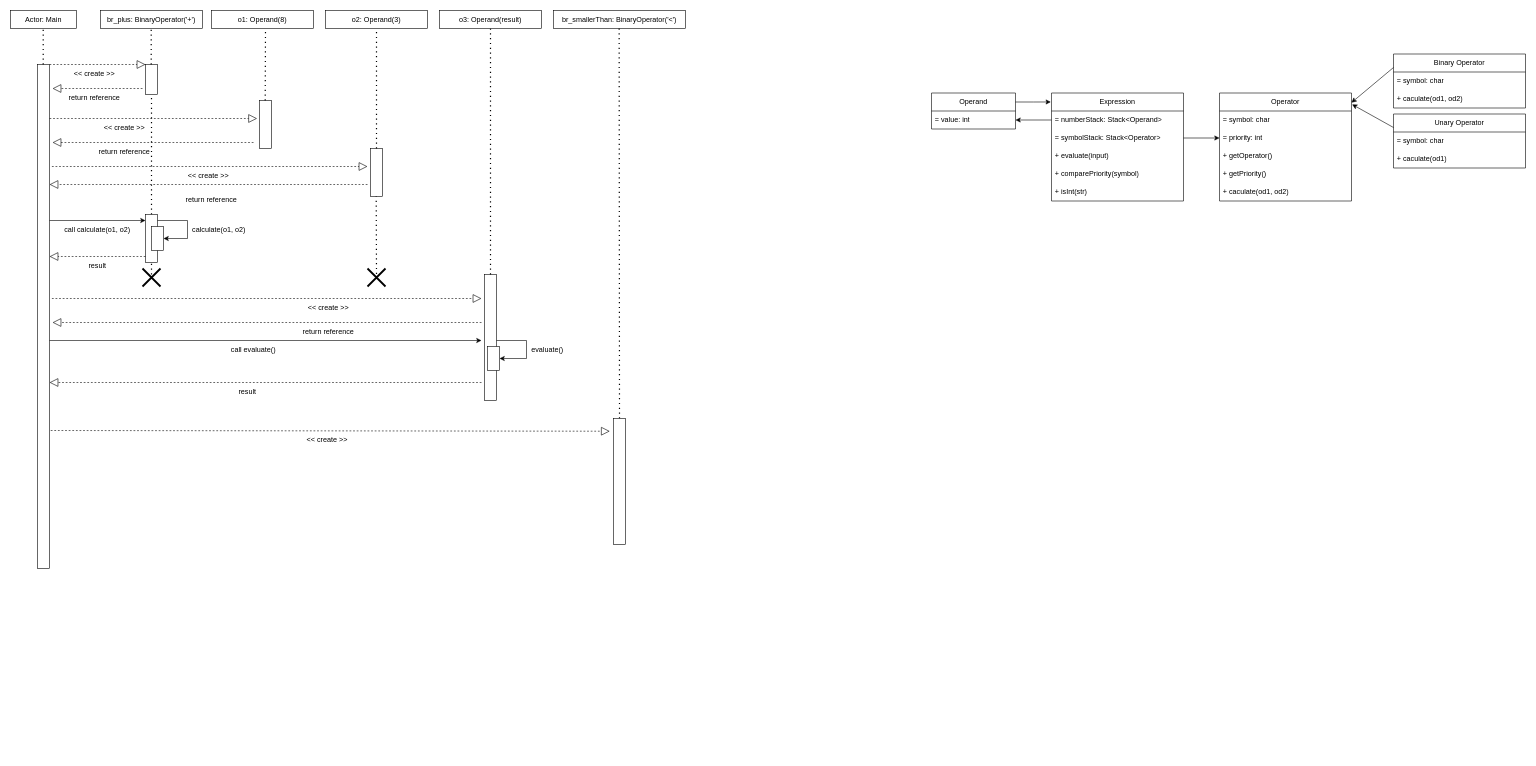
Earlier version of the draw.io diagram Lab2/Lab2SequenceDiagram.drawio (matty-gg/CSE2102-SP24-Lab1-Group19). Source tidied: cells renumbered, new cells numbered last; positions are measured from the earlier drawing's top-left corner, leaving out a move shared by most shapes. Both pictures are drawn from the tidied source at 60%, with x=0, y=0 at pixel (10, 10).
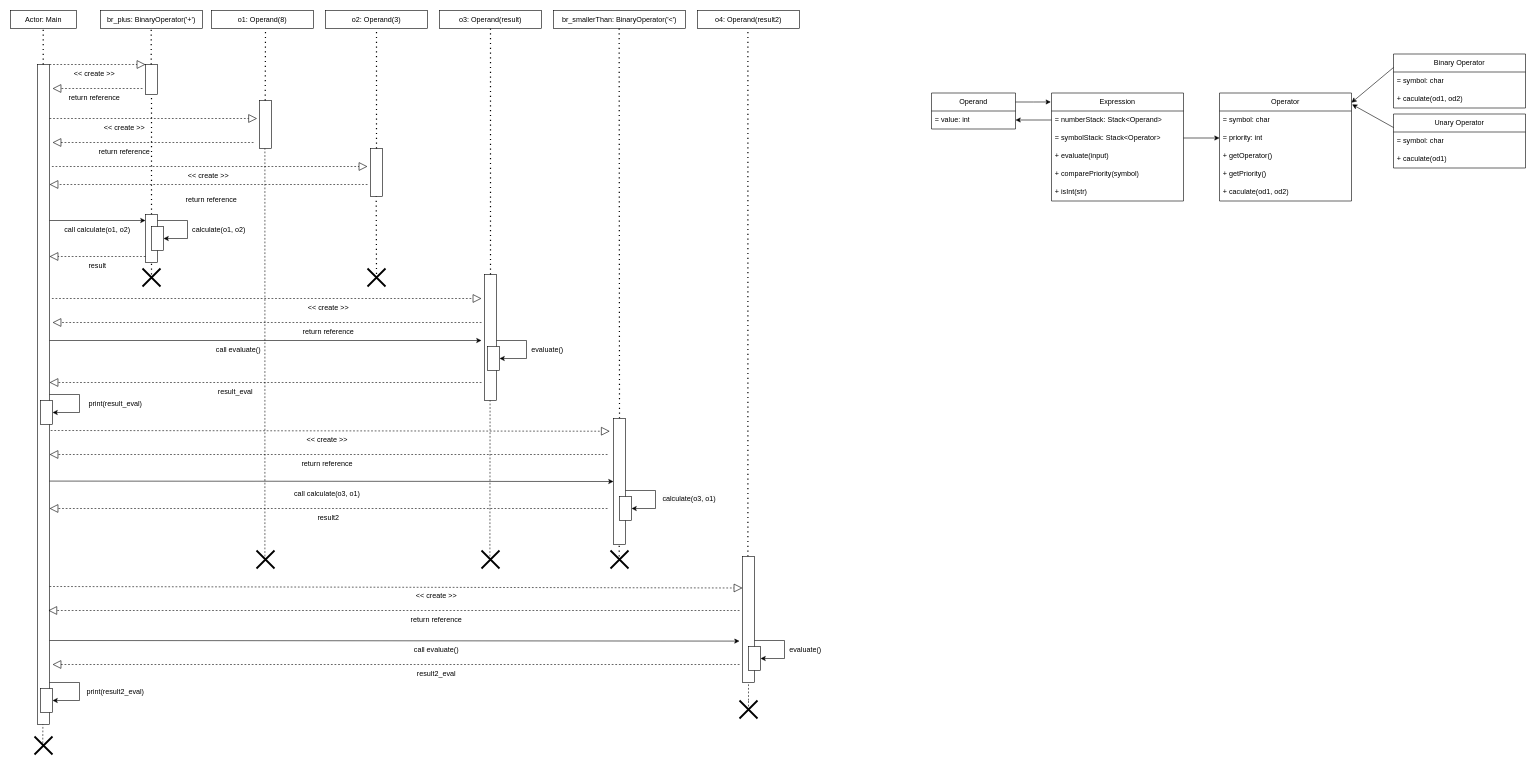
After the change.

Unchanged cells that the change refers to:
```xml
<mxCell id="74" style="rounded=0;whiteSpace=wrap;html=1;" parent="1" vertex="1">
  <mxGeometry x="1005" y="680" width="20" height="210" as="geometry" />
</mxCell>
```

Diff of the diagram source:
```diff
@@
     <mxCell id="2" style="rounded=0;whiteSpace=wrap;html=1;" parent="1" vertex="1">
-      <mxGeometry x="45" y="90" width="20" height="840" as="geometry" />
+      <mxGeometry x="45" y="90" width="20" height="1100" as="geometry" />
     </mxCell>
@@
     <mxCell id="34" value="call evaluate()" style="text;html=1;align=center;verticalAlign=middle;whiteSpace=wrap;rounded=0;" parent="1" vertex="1">
-      <mxGeometry x="365" y="550" width="80" height="30" as="geometry" />
+      <mxGeometry x="340" y="550" width="80" height="30" as="geometry" />
     </mxCell>
@@
-    <mxCell id="36" value="result" style="text;html=1;align=center;verticalAlign=middle;whiteSpace=wrap;rounded=0;" parent="1" vertex="1">
-      <mxGeometry x="365" y="620" width="60" height="30" as="geometry" />
+    <mxCell id="36" value="result_eval" style="text;html=1;align=center;verticalAlign=middle;whiteSpace=wrap;rounded=0;" parent="1" vertex="1">
+      <mxGeometry x="345" y="620" width="60" height="30" as="geometry" />
     </mxCell>
@@
+    <mxCell id="83" style="endArrow=block;dashed=1;endFill=0;endSize=12;html=1;rounded=0;" parent="1" edge="1">
+      <mxGeometry relative="1" as="geometry">
+        <mxPoint x="995" y="740" as="sourcePoint" />
+        <mxPoint x="65" y="740" as="targetPoint" />
+      </mxGeometry>
+    </mxCell>
+    <mxCell id="84" value="return reference" style="text;html=1;strokeColor=none;fillColor=none;align=center;verticalAlign=middle;whiteSpace=wrap;rounded=0;" parent="1" vertex="1">
+      <mxGeometry x="483" y="740" width="90" height="30" as="geometry" />
+    </mxCell>
+    <mxCell id="85" value="call calculate(o3, o1)" style="text;html=1;align=center;verticalAlign=middle;whiteSpace=wrap;rounded=0;" parent="1" vertex="1">
+      <mxGeometry x="468" y="790" width="120" height="30" as="geometry" />
+    </mxCell>
+    <mxCell id="86" style="rounded=0;whiteSpace=wrap;html=1;" parent="1" vertex="1">
+      <mxGeometry x="1015" y="810" width="20" height="40" as="geometry" />
+    </mxCell>
+    <mxCell id="87" style="endArrow=classic;html=1;rounded=0;entryX=1;entryY=0.5;entryDx=0;entryDy=0;" parent="1" edge="1">
+      <mxGeometry relative="1" as="geometry">
+        <mxPoint x="1025" y="800" as="sourcePoint" />
+        <mxPoint x="1035" y="830" as="targetPoint" />
+        <Array as="points">
+          <mxPoint x="1075" y="800" />
+          <mxPoint x="1075" y="830" />
+        </Array>
+      </mxGeometry>
+    </mxCell>
+    <mxCell id="88" value="&lt;span style=&quot;color: rgb(0, 0, 0); font-family: Helvetica; font-size: 12px; font-style: normal; font-variant-ligatures: normal; font-variant-caps: normal; font-weight: 400; letter-spacing: normal; orphans: 2; text-align: center; text-indent: 0px; text-transform: none; widows: 2; word-spacing: 0px; -webkit-text-stroke-width: 0px; white-space: normal; background-color: rgb(251, 251, 251); text-decoration-thickness: initial; text-decoration-style: initial; text-decoration-color: initial; display: inline !important; float: none;&quot;&gt;calculate(o3, o1)&lt;/span&gt;" style="text;whiteSpace=wrap;html=1;" parent="1" vertex="1">
+      <mxGeometry x="1085" y="800" width="120" height="40" as="geometry" />
+    </mxCell>
+    <mxCell id="89" style="endArrow=block;dashed=1;endFill=0;endSize=12;html=1;rounded=0;" parent="1" edge="1">
+      <mxGeometry relative="1" as="geometry">
+        <mxPoint x="995" y="830" as="sourcePoint" />
+        <mxPoint x="65" y="830" as="targetPoint" />
+      </mxGeometry>
+    </mxCell>
+    <mxCell id="90" value="result2" style="text;html=1;align=center;verticalAlign=middle;whiteSpace=wrap;rounded=0;" parent="1" vertex="1">
+      <mxGeometry x="500" y="830" width="60" height="30" as="geometry" />
+    </mxCell>
+    <mxCell id="91" style="endArrow=classic;html=1;rounded=0;entryX=0;entryY=0.5;entryDx=0;entryDy=0;" parent="1" edge="1" target="74">
+      <mxGeometry relative="1" as="geometry">
+        <mxPoint x="65" y="784.3" as="sourcePoint" />
+      </mxGeometry>
+    </mxCell>
+    <mxCell id="92" style="endArrow=block;dashed=1;endFill=0;endSize=12;html=1;rounded=0;entryX=0;entryY=0.25;entryDx=0;entryDy=0;" parent="1" edge="1" target="97">
+      <mxGeometry relative="1" as="geometry">
+        <mxPoint x="65" y="960" as="sourcePoint" />
+      </mxGeometry>
+    </mxCell>
+    <mxCell id="93" style="endArrow=none;dashed=1;html=1;dashPattern=1 3;strokeWidth=2;rounded=0;" parent="1" edge="1">
+      <mxGeometry relative="1" as="geometry">
+        <mxPoint x="1014.5" y="910" as="sourcePoint" />
+        <mxPoint x="1014.5" y="890" as="targetPoint" />
+      </mxGeometry>
+    </mxCell>
+    <mxCell id="94" style="shape=umlDestroy;whiteSpace=wrap;html=1;strokeWidth=3;targetShapes=umlLifeline;" parent="1" vertex="1">
+      <mxGeometry x="1000" y="900" width="30" height="30" as="geometry" />
+    </mxCell>
+    <mxCell id="95" value="o4: Operand(result2)" style="rounded=0;whiteSpace=wrap;html=1;" parent="1" vertex="1">
+      <mxGeometry x="1145" width="170" height="30" as="geometry" />
+    </mxCell>
+    <mxCell id="96" style="endArrow=none;dashed=1;html=1;dashPattern=1 3;strokeWidth=2;rounded=0;" parent="1" edge="1">
+      <mxGeometry relative="1" as="geometry">
+        <mxPoint x="1229" y="910" as="sourcePoint" />
+        <mxPoint x="1229" y="30" as="targetPoint" />
+      </mxGeometry>
+    </mxCell>
+    <mxCell id="97" style="rounded=0;whiteSpace=wrap;html=1;" parent="1" vertex="1">
+      <mxGeometry x="1220" y="910" width="20" height="210" as="geometry" />
+    </mxCell>
+    <mxCell id="98" value="&amp;lt;&amp;lt; create &amp;gt;&amp;gt;" style="text;html=1;align=center;verticalAlign=middle;whiteSpace=wrap;rounded=0;" parent="1" vertex="1">
+      <mxGeometry x="665" y="960" width="90" height="30" as="geometry" />
+    </mxCell>
+    <mxCell id="99" style="endArrow=block;dashed=1;endFill=0;endSize=12;html=1;rounded=0;" parent="1" edge="1">
+      <mxGeometry relative="1" as="geometry">
+        <mxPoint x="1215" y="1000" as="sourcePoint" />
+        <mxPoint x="63" y="1000" as="targetPoint" />
+      </mxGeometry>
+    </mxCell>
+    <mxCell id="100" value="return reference" style="text;html=1;strokeColor=none;fillColor=none;align=center;verticalAlign=middle;whiteSpace=wrap;rounded=0;" parent="1" vertex="1">
+      <mxGeometry x="665" y="1000" width="90" height="30" as="geometry" />
+    </mxCell>
+    <mxCell id="101" style="endArrow=classic;html=1;rounded=0;" parent="1" edge="1">
+      <mxGeometry relative="1" as="geometry">
+        <mxPoint x="65" y="1050" as="sourcePoint" />
+        <mxPoint x="1215" y="1051" as="targetPoint" />
+      </mxGeometry>
+    </mxCell>
+    <mxCell id="102" value="call evaluate()" style="text;html=1;align=center;verticalAlign=middle;whiteSpace=wrap;rounded=0;" parent="1" vertex="1">
+      <mxGeometry x="670" y="1050" width="80" height="30" as="geometry" />
+    </mxCell>
+    <mxCell id="103" style="rounded=0;whiteSpace=wrap;html=1;" parent="1" vertex="1">
+      <mxGeometry x="1230" y="1060" width="20" height="40" as="geometry" />
+    </mxCell>
+    <mxCell id="104" style="endArrow=classic;html=1;rounded=0;entryX=1;entryY=0.5;entryDx=0;entryDy=0;" parent="1" edge="1">
+      <mxGeometry relative="1" as="geometry">
+        <mxPoint x="1240" y="1050" as="sourcePoint" />
+        <mxPoint x="1250" y="1080" as="targetPoint" />
+        <Array as="points">
+          <mxPoint x="1290" y="1050" />
+          <mxPoint x="1290" y="1080" />
+        </Array>
+      </mxGeometry>
+    </mxCell>
+    <mxCell id="105" value="evaluate()" style="text;html=1;align=center;verticalAlign=middle;whiteSpace=wrap;rounded=0;" parent="1" vertex="1">
+      <mxGeometry x="1295" y="1050" width="60" height="30" as="geometry" />
+    </mxCell>
+    <mxCell id="106" style="endArrow=block;dashed=1;endFill=0;endSize=12;html=1;rounded=0;" parent="1" edge="1">
+      <mxGeometry relative="1" as="geometry">
+        <mxPoint x="1215" y="1090" as="sourcePoint" />
+        <mxPoint x="70" y="1090" as="targetPoint" />
+      </mxGeometry>
+    </mxCell>
+    <mxCell id="107" value="result2_eval" style="text;html=1;align=center;verticalAlign=middle;whiteSpace=wrap;rounded=0;" parent="1" vertex="1">
+      <mxGeometry x="680" y="1090" width="60" height="30" as="geometry" />
+    </mxCell>
+    <mxCell id="108" style="endArrow=none;dashed=1;html=1;rounded=0;" parent="1" edge="1">
+      <mxGeometry relative="1" as="geometry">
+        <mxPoint x="799" y="910" as="sourcePoint" />
+        <mxPoint x="799.3" y="650" as="targetPoint" />
+      </mxGeometry>
+    </mxCell>
+    <mxCell id="109" style="shape=umlDestroy;whiteSpace=wrap;html=1;strokeWidth=3;targetShapes=umlLifeline;" parent="1" vertex="1">
+      <mxGeometry x="785" y="900" width="30" height="30" as="geometry" />
+    </mxCell>
+    <mxCell id="110" style="endArrow=none;dashed=1;html=1;rounded=0;" parent="1" edge="1">
+      <mxGeometry relative="1" as="geometry">
+        <mxPoint x="424" y="910" as="sourcePoint" />
+        <mxPoint x="424" y="230" as="targetPoint" />
+      </mxGeometry>
+    </mxCell>
+    <mxCell id="111" style="shape=umlDestroy;whiteSpace=wrap;html=1;strokeWidth=3;targetShapes=umlLifeline;" parent="1" vertex="1">
+      <mxGeometry x="410" y="900" width="30" height="30" as="geometry" />
+    </mxCell>
+    <mxCell id="112" style="endArrow=none;dashed=1;html=1;rounded=0;exitX=0.456;exitY=0.567;exitDx=0;exitDy=0;exitPerimeter=0;" parent="1" edge="1" source="113">
+      <mxGeometry relative="1" as="geometry">
+        <mxPoint x="54" y="1190" as="targetPoint" />
+      </mxGeometry>
+    </mxCell>
+    <mxCell id="113" style="shape=umlDestroy;whiteSpace=wrap;html=1;strokeWidth=3;targetShapes=umlLifeline;" parent="1" vertex="1">
+      <mxGeometry x="40" y="1210" width="30" height="30" as="geometry" />
+    </mxCell>
+    <mxCell id="114" style="endArrow=none;dashed=1;html=1;rounded=0;" parent="1" edge="1" source="116">
+      <mxGeometry relative="1" as="geometry">
+        <mxPoint x="1230" y="1120" as="targetPoint" />
+      </mxGeometry>
+    </mxCell>
+    <mxCell id="115" style="endArrow=none;dashed=1;html=1;rounded=0;" parent="1" edge="1" target="116">
+      <mxGeometry relative="1" as="geometry">
+        <mxPoint x="1230" y="1160" as="sourcePoint" />
+      </mxGeometry>
+    </mxCell>
+    <mxCell id="116" style="shape=umlDestroy;whiteSpace=wrap;html=1;strokeWidth=3;targetShapes=umlLifeline;" parent="1" vertex="1">
+      <mxGeometry x="1215" y="1150" width="30" height="30" as="geometry" />
+    </mxCell>
+    <mxCell id="117" style="rounded=0;whiteSpace=wrap;html=1;" parent="1" vertex="1">
+      <mxGeometry x="50" y="650" width="20" height="40" as="geometry" />
+    </mxCell>
+    <mxCell id="118" style="endArrow=classic;html=1;rounded=0;" parent="1" edge="1">
+      <mxGeometry relative="1" as="geometry">
+        <mxPoint x="65" y="640" as="sourcePoint" />
+        <mxPoint x="70" y="670" as="targetPoint" />
+        <Array as="points">
+          <mxPoint x="115" y="640" />
+          <mxPoint x="115" y="670" />
+        </Array>
+      </mxGeometry>
+    </mxCell>
+    <mxCell id="119" value="print(result_eval)" style="text;html=1;align=center;verticalAlign=middle;whiteSpace=wrap;rounded=0;" parent="1" vertex="1">
+      <mxGeometry x="145" y="640" width="60" height="30" as="geometry" />
+    </mxCell>
+    <mxCell id="120" style="rounded=0;whiteSpace=wrap;html=1;" parent="1" vertex="1">
+      <mxGeometry x="50" y="1130" width="20" height="40" as="geometry" />
+    </mxCell>
+    <mxCell id="121" style="endArrow=classic;html=1;rounded=0;" parent="1" edge="1">
+      <mxGeometry relative="1" as="geometry">
+        <mxPoint x="65" y="1120" as="sourcePoint" />
+        <mxPoint x="70" y="1150" as="targetPoint" />
+        <Array as="points">
+          <mxPoint x="115" y="1120" />
+          <mxPoint x="115" y="1150" />
+        </Array>
+      </mxGeometry>
+    </mxCell>
+    <mxCell id="122" value="print(result2_eval)" style="text;html=1;align=center;verticalAlign=middle;whiteSpace=wrap;rounded=0;" parent="1" vertex="1">
+      <mxGeometry x="145" y="1120" width="60" height="30" as="geometry" />
+    </mxCell>
```
